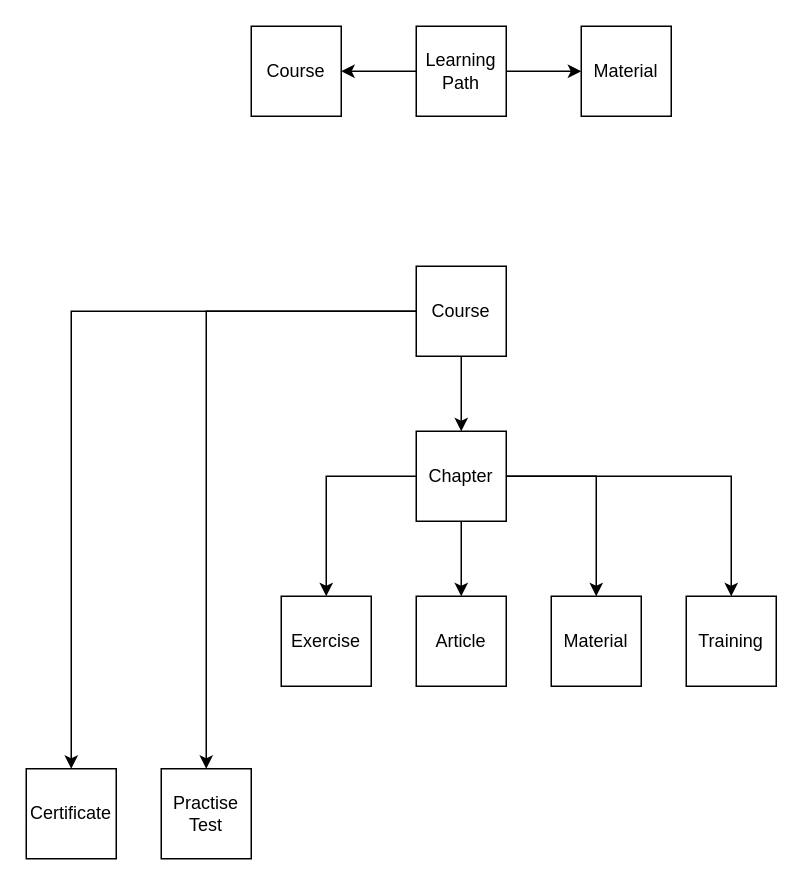
Before: page "Tactical Model" (1 of 2) of BaganBari.drawio in NMTechie/BaganBari, a draw.io diagram. Source tidied: cells renumbered, new cells numbered last; positions are measured from the earlier drawing's top-left corner, leaving out a move shared by most shapes. Both pictures are drawn from the tidied source at 150%, with x=0, y=0 at pixel (26, 26).
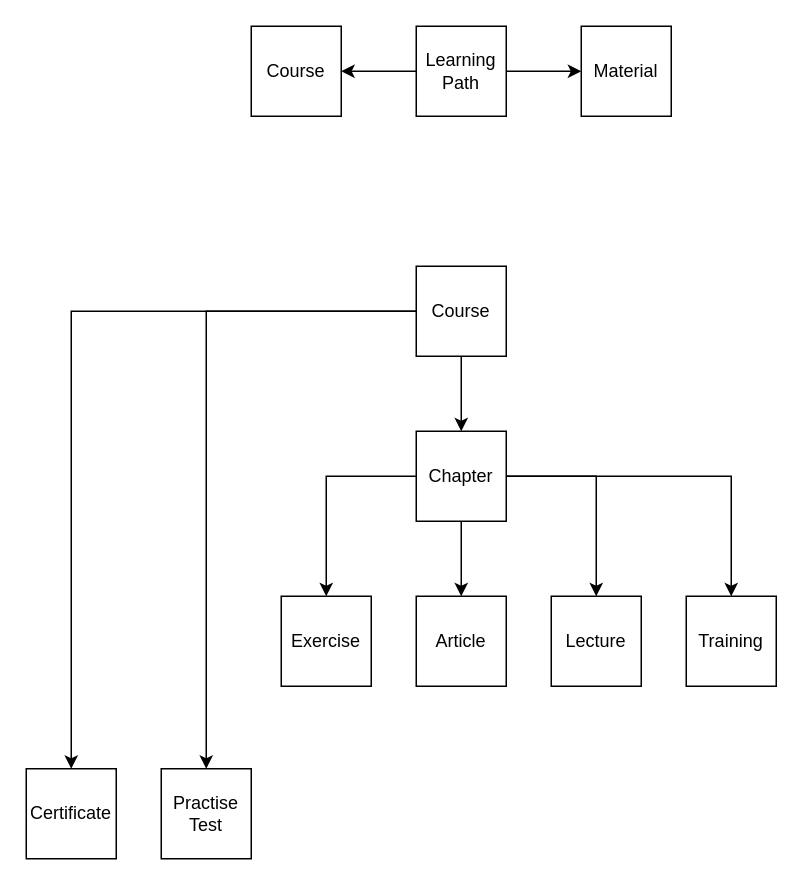
The same diagram, later.

The edit, as a diff of the source:
```diff
@@
-    <mxCell id="16" value="Material" style="whiteSpace=wrap;html=1;" parent="1" vertex="1">
+    <mxCell id="16" value="Lecture" style="whiteSpace=wrap;html=1;" parent="1" vertex="1">
       <mxGeometry x="350" y="380" width="60" height="60" as="geometry" />
     </mxCell>
```
